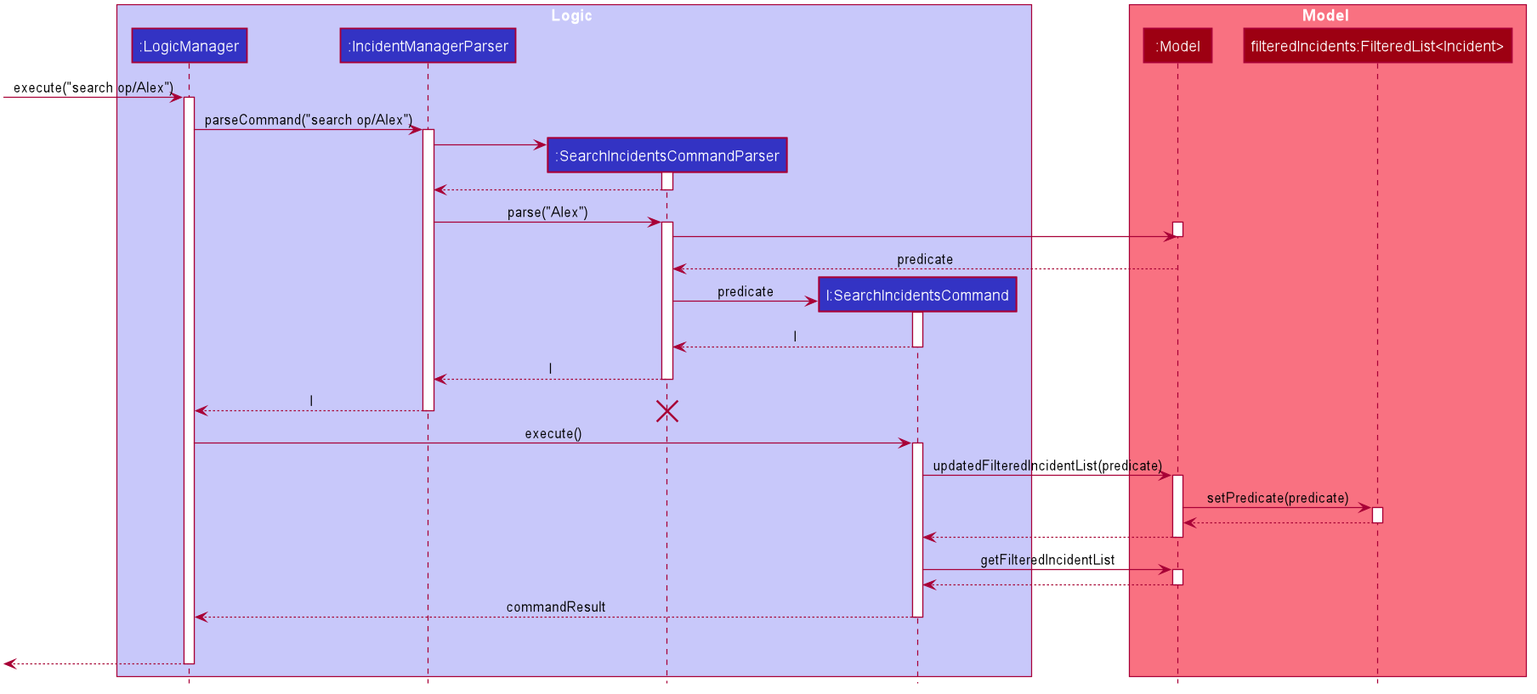
Above: docs/images/SearchIncidentsSequenceDiagram.png in nus-cs2103-AY1920S1/addressbook-level3 (PlantUML), before the change. Source of this version:
```plantuml
@startuml








skinparam BackgroundColor #FFFFFFF

skinparam Shadowing false

skinparam Class {
    FontColor #FFFFFF
    BorderThickness 1
    BorderColor #FFFFFF
    StereotypeFontColor #FFFFFF
    FontName Arial
}

skinparam Actor {
    BorderColor #000000
    Color #000000
    FontName Arial
}

skinparam Sequence {
    MessageAlign center
    BoxFontSize 15
    BoxPadding 0
    BoxFontColor #FFFFFF
    FontName Arial
}

skinparam Participant {
    FontColor #FFFFFFF
    Padding 20
}

skinparam MinClassWidth 50
skinparam ParticipantPadding 10
skinparam Shadowing false
skinparam DefaultTextAlignment center
skinparam packageStyle Rectangle

hide footbox
hide members
hide circle

box Logic #C8C8FA
participant ":LogicManager" as LogicManager #3333C4
participant ":IncidentManagerParser" as IncidentManagerParser #3333C4
participant ":SearchIncidentsCommandParser" as SearchIncidentsCommandParser #3333C4
participant "l:SearchIncidentsCommand" as SearchIncidentsCommand #3333C4
end box

box Model #F97181
participant ":Model" as Model #9D0012
participant "filteredIncidents:FilteredList<Incident>" as FilteredList #9D0012
end box
[-> LogicManager : execute("search op/Alex")
activate LogicManager

LogicManager -> IncidentManagerParser : parseCommand("search op/Alex")
activate IncidentManagerParser

create SearchIncidentsCommandParser
IncidentManagerParser -> SearchIncidentsCommandParser
activate SearchIncidentsCommandParser

SearchIncidentsCommandParser --> IncidentManagerParser
deactivate SearchIncidentsCommandParser

IncidentManagerParser -> SearchIncidentsCommandParser : parse("Alex")
activate SearchIncidentsCommandParser

activate Model
SearchIncidentsCommandParser -> Model
deactivate Model
Model --> SearchIncidentsCommandParser : predicate

create SearchIncidentsCommand
SearchIncidentsCommandParser -> SearchIncidentsCommand : predicate
activate SearchIncidentsCommand

SearchIncidentsCommand --> SearchIncidentsCommandParser : l
deactivate SearchIncidentsCommand

SearchIncidentsCommandParser --> IncidentManagerParser : l
deactivate SearchIncidentsCommandParser

IncidentManagerParser --> LogicManager : l
deactivate IncidentManagerParser
destroy SearchIncidentsCommandParser

LogicManager -> SearchIncidentsCommand : execute()
activate SearchIncidentsCommand

SearchIncidentsCommand -> Model : updatedFilteredIncidentList(predicate)
activate Model

Model -> FilteredList : setPredicate(predicate)
activate FilteredList
 FilteredList --> Model :
deactivate FilteredList

Model --> SearchIncidentsCommand
deactivate Model

SearchIncidentsCommand -> Model : getFilteredIncidentList
activate Model

Model --> SearchIncidentsCommand
deactivate Model

SearchIncidentsCommand --> LogicManager : commandResult
deactivate SearchIncidentsCommand
SearchIncidentsCommand -[hidden]-> LogicManager : commandResult

[<--LogicManager
deactivate LogicManager
@enduml
```
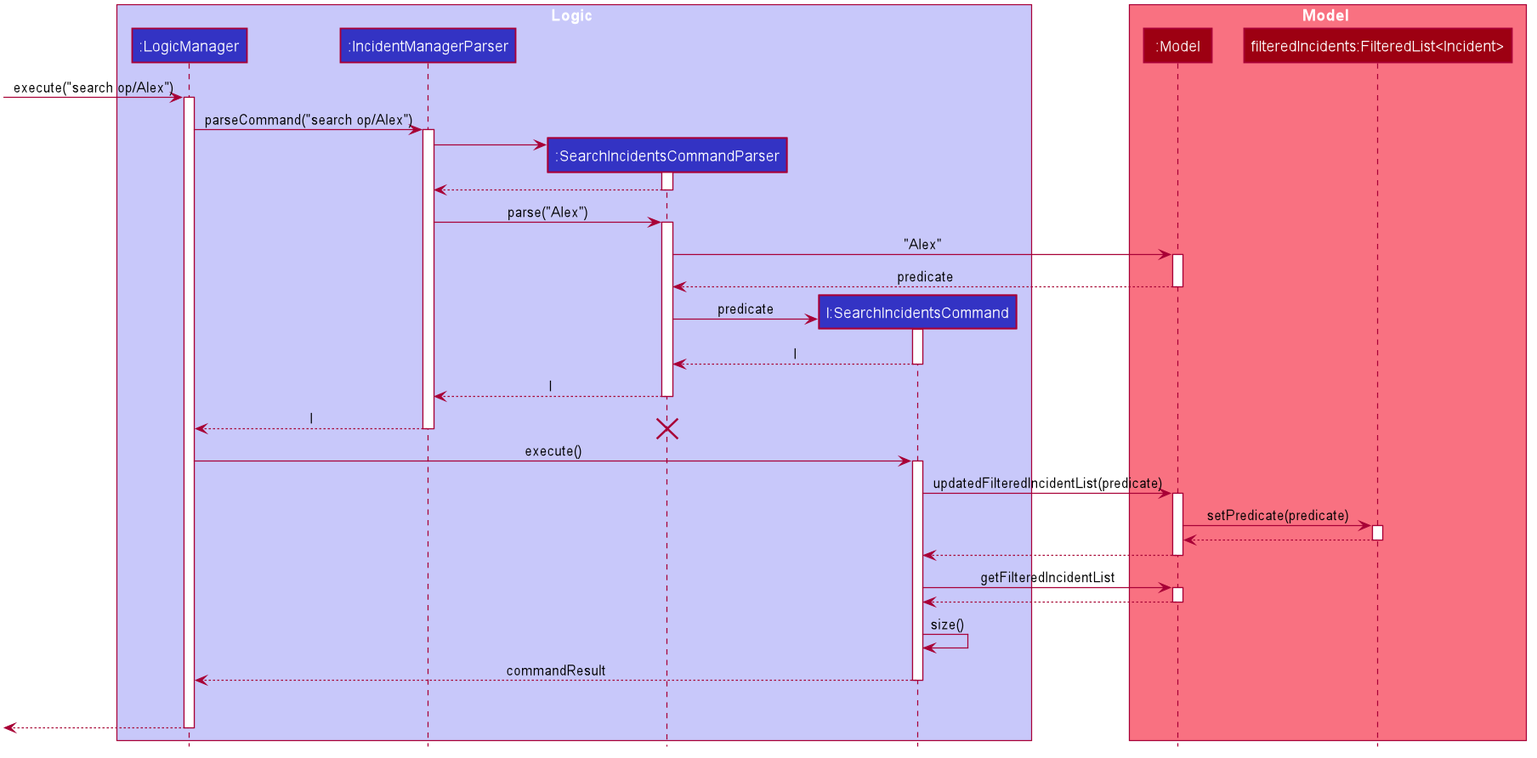
After the commit.

Diff of the diagram source:
```diff
@@ -75,10 +75,10 @@
 IncidentManagerParser -> SearchIncidentsCommandParser : parse("Alex")
 activate SearchIncidentsCommandParser
 
+SearchIncidentsCommandParser -> Model : "Alex"
 activate Model
-SearchIncidentsCommandParser -> Model
+Model --> SearchIncidentsCommandParser : predicate
 deactivate Model
-Model --> SearchIncidentsCommandParser : predicate
 
 create SearchIncidentsCommand
 SearchIncidentsCommandParser -> SearchIncidentsCommand : predicate
@@ -114,6 +114,8 @@
 Model --> SearchIncidentsCommand
 deactivate Model
 
+SearchIncidentsCommand -> SearchIncidentsCommand : size()
+
 SearchIncidentsCommand --> LogicManager : commandResult
 deactivate SearchIncidentsCommand
 SearchIncidentsCommand -[hidden]-> LogicManager : commandResult
```
